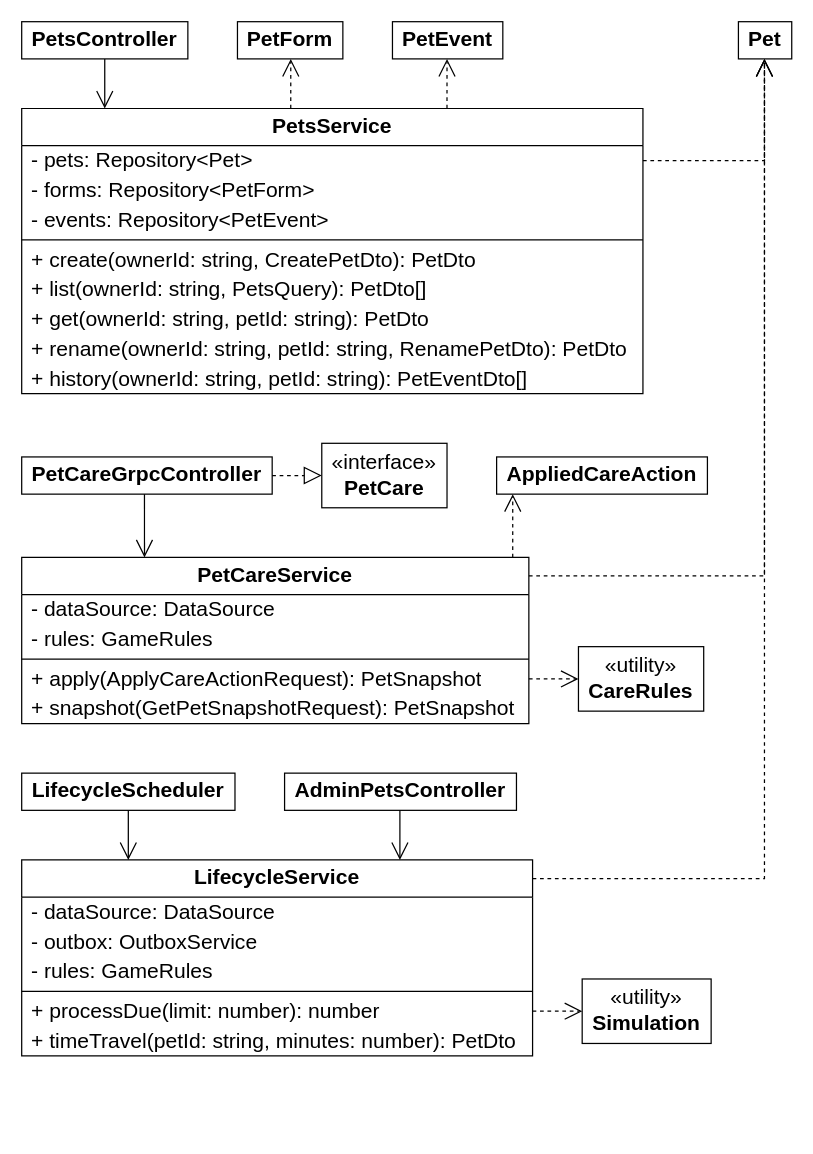
Above: page "Классы: pets-service" (6 of 10) of docs/diagrams/Проектирование.drawio in Shaherezada/tamagotchi (draw.io), before the change. Source tidied: cells renumbered, new cells numbered last; positions are measured from the earlier drawing's top-left corner, leaving out a move shared by most shapes. Both pictures are drawn from the tidied source at 124%, with x=0, y=0 at pixel (21, 21).
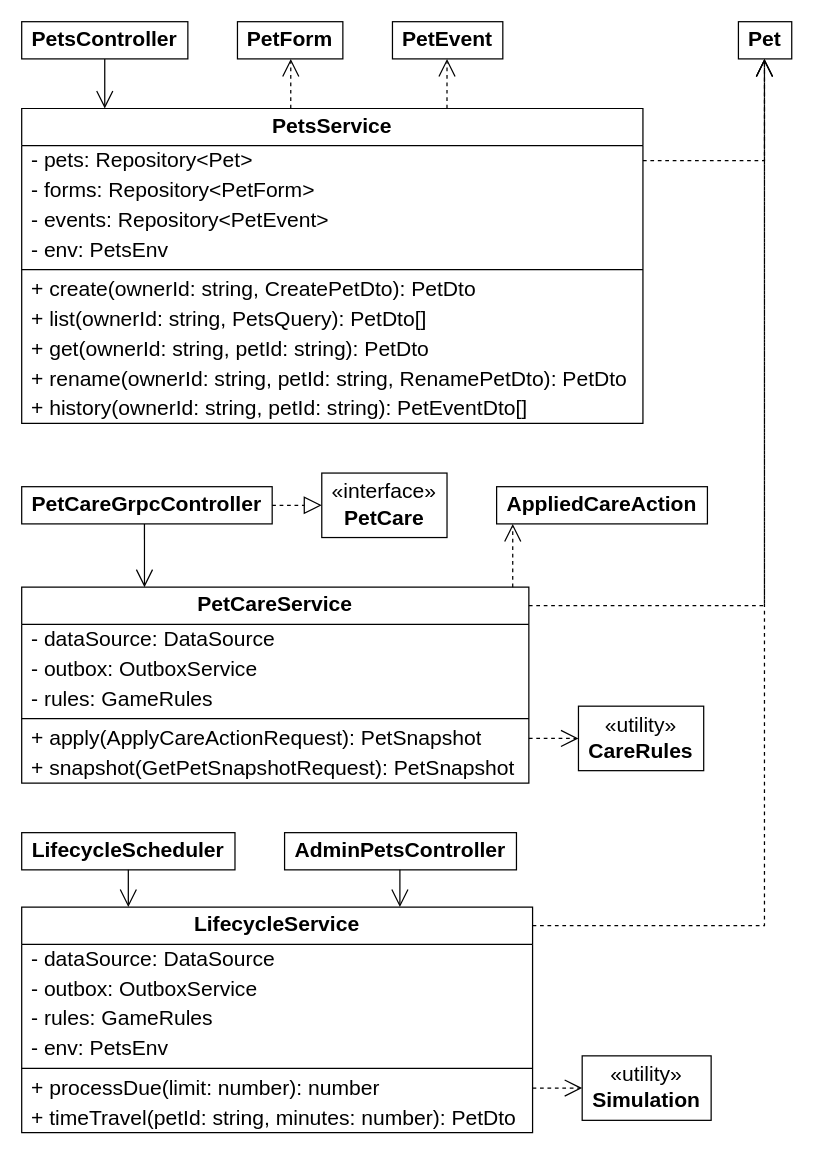
The same diagram, later.

The change refers to these unchanged cells:
```xml
<mxCell id="5" value="&lt;b&gt;Pet&lt;/b&gt;" style="rounded=0;whiteSpace=wrap;html=1;fillColor=#FFFFFF;fontStyle=0;strokeColor=#000000;fontColor=#000000;fontFamily=Arial;fontSize=17;" parent="1" vertex="1">
  <mxGeometry x="578" width="43" height="30" as="geometry" />
</mxCell>
```

Diff of the diagram source:
```diff
@@
     <mxCell id="6" value="PetsService" style="swimlane;fontStyle=1;align=center;verticalAlign=middle;horizontal=1;startSize=30;whiteSpace=wrap;html=1;fillColor=#FFFFFF;swimlaneFillColor=#FFFFFF;strokeColor=#000000;fontColor=#000000;fontFamily=Arial;fontSize=17;" parent="1" vertex="1">
-      <mxGeometry y="70" width="501" height="230" as="geometry" />
+      <mxGeometry y="70" width="501" height="254" as="geometry" />
     </mxCell>
@@
+    <mxCell id="49" value="- env: PetsEnv" style="text;strokeColor=none;fillColor=none;align=left;verticalAlign=middle;spacingLeft=6;spacingRight=4;overflow=hidden;whiteSpace=wrap;html=1;fontColor=#000000;fontFamily=Arial;fontSize=17;" parent="6" vertex="1">
+      <mxGeometry y="102" width="501" height="24" as="geometry" />
+    </mxCell>
     <mxCell id="10" style="line;strokeWidth=1;fillColor=none;align=left;verticalAlign=middle;spacingTop=-1;spacingLeft=3;spacingRight=3;labelPosition=right;strokeColor=#000000;" parent="6" vertex="1">
-      <mxGeometry y="102" width="501" height="8" as="geometry" />
+      <mxGeometry y="126" width="501" height="8" as="geometry" />
     </mxCell>
     <mxCell id="11" value="+ create(ownerId: string, CreatePetDto): PetDto" style="text;strokeColor=none;fillColor=none;align=left;verticalAlign=middle;spacingLeft=6;spacingRight=4;overflow=hidden;whiteSpace=wrap;html=1;fontColor=#000000;fontFamily=Arial;fontSize=17;" parent="6" vertex="1">
-      <mxGeometry y="110" width="501" height="24" as="geometry" />
+      <mxGeometry y="134" width="501" height="24" as="geometry" />
     </mxCell>
     <mxCell id="12" value="+ list(ownerId: string, PetsQuery): PetDto[]" style="text;strokeColor=none;fillColor=none;align=left;verticalAlign=middle;spacingLeft=6;spacingRight=4;overflow=hidden;whiteSpace=wrap;html=1;fontColor=#000000;fontFamily=Arial;fontSize=17;" parent="6" vertex="1">
-      <mxGeometry y="134" width="501" height="24" as="geometry" />
+      <mxGeometry y="158" width="501" height="24" as="geometry" />
     </mxCell>
     <mxCell id="13" value="+ get(ownerId: string, petId: string): PetDto" style="text;strokeColor=none;fillColor=none;align=left;verticalAlign=middle;spacingLeft=6;spacingRight=4;overflow=hidden;whiteSpace=wrap;html=1;fontColor=#000000;fontFamily=Arial;fontSize=17;" parent="6" vertex="1">
-      <mxGeometry y="158" width="501" height="24" as="geometry" />
+      <mxGeometry y="182" width="501" height="24" as="geometry" />
     </mxCell>
     <mxCell id="14" value="+ rename(ownerId: string, petId: string, RenamePetDto): PetDto" style="text;strokeColor=none;fillColor=none;align=left;verticalAlign=middle;spacingLeft=6;spacingRight=4;overflow=hidden;whiteSpace=wrap;html=1;fontColor=#000000;fontFamily=Arial;fontSize=17;" parent="6" vertex="1">
-      <mxGeometry y="182" width="501" height="24" as="geometry" />
+      <mxGeometry y="206" width="501" height="24" as="geometry" />
     </mxCell>
     <mxCell id="15" value="+ history(ownerId: string, petId: string): PetEventDto[]" style="text;strokeColor=none;fillColor=none;align=left;verticalAlign=middle;spacingLeft=6;spacingRight=4;overflow=hidden;whiteSpace=wrap;html=1;fontColor=#000000;fontFamily=Arial;fontSize=17;" parent="6" vertex="1">
-      <mxGeometry y="206" width="501" height="24" as="geometry" />
+      <mxGeometry y="230" width="501" height="24" as="geometry" />
     </mxCell>
@@
-    <mxCell id="19" style="html=1;rounded=0;edgeStyle=orthogonalEdgeStyle;strokeColor=#000000;fontColor=#000000;fontFamily=Arial;fontSize=17;endArrow=open;endSize=12;dashed=1;exitX=1.0000;exitY=0.1826;exitDx=0;exitDy=0;entryX=0.4884;entryY=1.0000;entryDx=0;entryDy=0;" parent="1" edge="1" source="6" target="5">
+    <mxCell id="19" style="html=1;rounded=0;edgeStyle=orthogonalEdgeStyle;strokeColor=#000000;fontColor=#000000;fontFamily=Arial;fontSize=17;endArrow=open;endSize=12;dashed=1;exitX=1.0000;exitY=0.1654;exitDx=0;exitDy=0;entryX=0.4884;entryY=1.0000;entryDx=0;entryDy=0;" parent="1" edge="1" source="6" target="5">
       <mxGeometry relative="1" as="geometry">
         <Array as="points">
           <mxPoint x="599" y="112" />
         </Array>
       </mxGeometry>
     </mxCell>
     <mxCell id="20" value="&amp;laquo;interface&amp;raquo;&lt;br&gt;&lt;b&gt;PetCare&lt;/b&gt;" style="rounded=0;whiteSpace=wrap;html=1;fillColor=#FFFFFF;fontStyle=0;strokeColor=#000000;fontColor=#000000;fontFamily=Arial;fontSize=17;" parent="1" vertex="1">
-      <mxGeometry x="242" y="340" width="101" height="52" as="geometry" />
+      <mxGeometry x="242" y="364" width="101" height="52" as="geometry" />
     </mxCell>
     <mxCell id="21" value="&lt;b&gt;PetCareGrpcController&lt;/b&gt;" style="rounded=0;whiteSpace=wrap;html=1;fillColor=#FFFFFF;fontStyle=0;strokeColor=#000000;fontColor=#000000;fontFamily=Arial;fontSize=17;" parent="1" vertex="1">
-      <mxGeometry y="351" width="202" height="30" as="geometry" />
+      <mxGeometry y="375" width="202" height="30" as="geometry" />
     </mxCell>
     <mxCell id="22" value="&lt;b&gt;AppliedCareAction&lt;/b&gt;" style="rounded=0;whiteSpace=wrap;html=1;fillColor=#FFFFFF;fontStyle=0;strokeColor=#000000;fontColor=#000000;fontFamily=Arial;fontSize=17;" parent="1" vertex="1">
-      <mxGeometry x="383" y="351" width="170" height="30" as="geometry" />
+      <mxGeometry x="383" y="375" width="170" height="30" as="geometry" />
     </mxCell>
@@
     <mxCell id="24" value="PetCareService" style="swimlane;fontStyle=1;align=center;verticalAlign=middle;horizontal=1;startSize=30;whiteSpace=wrap;html=1;fillColor=#FFFFFF;swimlaneFillColor=#FFFFFF;strokeColor=#000000;fontColor=#000000;fontFamily=Arial;fontSize=17;" parent="1" vertex="1">
-      <mxGeometry y="432" width="409" height="134" as="geometry" />
+      <mxGeometry y="456" width="409" height="158" as="geometry" />
     </mxCell>
@@
-    <mxCell id="26" value="- rules: GameRules" style="text;strokeColor=none;fillColor=none;align=left;verticalAlign=middle;spacingLeft=6;spacingRight=4;overflow=hidden;whiteSpace=wrap;html=1;fontColor=#000000;fontFamily=Arial;fontSize=17;" parent="24" vertex="1">
+    <mxCell id="26" value="- outbox: OutboxService" style="text;strokeColor=none;fillColor=none;align=left;verticalAlign=middle;spacingLeft=6;spacingRight=4;overflow=hidden;whiteSpace=wrap;html=1;fontColor=#000000;fontFamily=Arial;fontSize=17;" parent="24" vertex="1">
       <mxGeometry y="54" width="409" height="24" as="geometry" />
     </mxCell>
+    <mxCell id="50" value="- rules: GameRules" style="text;strokeColor=none;fillColor=none;align=left;verticalAlign=middle;spacingLeft=6;spacingRight=4;overflow=hidden;whiteSpace=wrap;html=1;fontColor=#000000;fontFamily=Arial;fontSize=17;" parent="24" vertex="1">
+      <mxGeometry y="78" width="409" height="24" as="geometry" />
+    </mxCell>
     <mxCell id="27" style="line;strokeWidth=1;fillColor=none;align=left;verticalAlign=middle;spacingTop=-1;spacingLeft=3;spacingRight=3;labelPosition=right;strokeColor=#000000;" parent="24" vertex="1">
-      <mxGeometry y="78" width="409" height="8" as="geometry" />
+      <mxGeometry y="102" width="409" height="8" as="geometry" />
     </mxCell>
     <mxCell id="28" value="+ apply(ApplyCareActionRequest): PetSnapshot" style="text;strokeColor=none;fillColor=none;align=left;verticalAlign=middle;spacingLeft=6;spacingRight=4;overflow=hidden;whiteSpace=wrap;html=1;fontColor=#000000;fontFamily=Arial;fontSize=17;" parent="24" vertex="1">
-      <mxGeometry y="86" width="409" height="24" as="geometry" />
+      <mxGeometry y="110" width="409" height="24" as="geometry" />
     </mxCell>
     <mxCell id="29" value="+ snapshot(GetPetSnapshotRequest): PetSnapshot" style="text;strokeColor=none;fillColor=none;align=left;verticalAlign=middle;spacingLeft=6;spacingRight=4;overflow=hidden;whiteSpace=wrap;html=1;fontColor=#000000;fontFamily=Arial;fontSize=17;" parent="24" vertex="1">
-      <mxGeometry y="110" width="409" height="24" as="geometry" />
+      <mxGeometry y="134" width="409" height="24" as="geometry" />
     </mxCell>
@@
     <mxCell id="32" value="&amp;laquo;utility&amp;raquo;&lt;br&gt;&lt;b&gt;CareRules&lt;/b&gt;" style="rounded=0;whiteSpace=wrap;html=1;fillColor=#FFFFFF;fontStyle=0;strokeColor=#000000;fontColor=#000000;fontFamily=Arial;fontSize=17;" parent="1" vertex="1">
-      <mxGeometry x="449" y="504" width="101" height="52" as="geometry" />
+      <mxGeometry x="449" y="552" width="101" height="52" as="geometry" />
     </mxCell>
-    <mxCell id="33" style="html=1;rounded=0;edgeStyle=orthogonalEdgeStyle;strokeColor=#000000;fontColor=#000000;fontFamily=Arial;fontSize=17;endArrow=open;endSize=12;dashed=1;exitX=1.0000;exitY=0.7313;exitDx=0;exitDy=0;entryX=0.0000;entryY=0.5000;entryDx=0;entryDy=0;" parent="1" edge="1" source="24" target="32">
+    <mxCell id="33" style="html=1;rounded=0;edgeStyle=orthogonalEdgeStyle;strokeColor=#000000;fontColor=#000000;fontFamily=Arial;fontSize=17;endArrow=open;endSize=12;dashed=1;exitX=1.0000;exitY=0.7722;exitDx=0;exitDy=0;entryX=0.0000;entryY=0.5000;entryDx=0;entryDy=0;" parent="1" edge="1" source="24" target="32">
       <mxGeometry relative="1" as="geometry" />
     </mxCell>
-    <mxCell id="34" style="html=1;rounded=0;edgeStyle=orthogonalEdgeStyle;strokeColor=#000000;fontColor=#000000;fontFamily=Arial;fontSize=17;endArrow=open;endSize=12;dashed=1;exitX=1.0000;exitY=0.1119;exitDx=0;exitDy=0;entryX=0.4884;entryY=1.0000;entryDx=0;entryDy=0;" parent="1" edge="1" source="24" target="5">
+    <mxCell id="34" style="html=1;rounded=0;edgeStyle=orthogonalEdgeStyle;strokeColor=#000000;fontColor=#000000;fontFamily=Arial;fontSize=17;endArrow=open;endSize=12;dashed=1;exitX=1.0000;exitY=0.0949;exitDx=0;exitDy=0;entryX=0.4884;entryY=1.0000;entryDx=0;entryDy=0;" parent="1" edge="1" source="24" target="5">
       <mxGeometry relative="1" as="geometry">
         <Array as="points">
-          <mxPoint x="599" y="447" />
+          <mxPoint x="599" y="471" />
         </Array>
       </mxGeometry>
     </mxCell>
     <mxCell id="35" value="&lt;b&gt;LifecycleScheduler&lt;/b&gt;" style="rounded=0;whiteSpace=wrap;html=1;fillColor=#FFFFFF;fontStyle=0;strokeColor=#000000;fontColor=#000000;fontFamily=Arial;fontSize=17;" parent="1" vertex="1">
-      <mxGeometry y="606" width="172" height="30" as="geometry" />
+      <mxGeometry y="654" width="172" height="30" as="geometry" />
     </mxCell>
     <mxCell id="36" value="&lt;b&gt;AdminPetsController&lt;/b&gt;" style="rounded=0;whiteSpace=wrap;html=1;fillColor=#FFFFFF;fontStyle=0;strokeColor=#000000;fontColor=#000000;fontFamily=Arial;fontSize=17;" parent="1" vertex="1">
-      <mxGeometry x="212" y="606" width="187" height="30" as="geometry" />
+      <mxGeometry x="212" y="654" width="187" height="30" as="geometry" />
     </mxCell>
     <mxCell id="37" value="LifecycleService" style="swimlane;fontStyle=1;align=center;verticalAlign=middle;horizontal=1;startSize=30;whiteSpace=wrap;html=1;fillColor=#FFFFFF;swimlaneFillColor=#FFFFFF;strokeColor=#000000;fontColor=#000000;fontFamily=Arial;fontSize=17;" parent="1" vertex="1">
-      <mxGeometry y="676" width="412" height="158" as="geometry" />
+      <mxGeometry y="714" width="412" height="182" as="geometry" />
     </mxCell>
@@
+    <mxCell id="51" value="- env: PetsEnv" style="text;strokeColor=none;fillColor=none;align=left;verticalAlign=middle;spacingLeft=6;spacingRight=4;overflow=hidden;whiteSpace=wrap;html=1;fontColor=#000000;fontFamily=Arial;fontSize=17;" parent="37" vertex="1">
+      <mxGeometry y="102" width="412" height="24" as="geometry" />
+    </mxCell>
     <mxCell id="41" style="line;strokeWidth=1;fillColor=none;align=left;verticalAlign=middle;spacingTop=-1;spacingLeft=3;spacingRight=3;labelPosition=right;strokeColor=#000000;" parent="37" vertex="1">
-      <mxGeometry y="102" width="412" height="8" as="geometry" />
+      <mxGeometry y="126" width="412" height="8" as="geometry" />
     </mxCell>
     <mxCell id="42" value="+ processDue(limit: number): number" style="text;strokeColor=none;fillColor=none;align=left;verticalAlign=middle;spacingLeft=6;spacingRight=4;overflow=hidden;whiteSpace=wrap;html=1;fontColor=#000000;fontFamily=Arial;fontSize=17;" parent="37" vertex="1">
-      <mxGeometry y="110" width="412" height="24" as="geometry" />
+      <mxGeometry y="134" width="412" height="24" as="geometry" />
     </mxCell>
     <mxCell id="43" value="+ timeTravel(petId: string, minutes: number): PetDto" style="text;strokeColor=none;fillColor=none;align=left;verticalAlign=middle;spacingLeft=6;spacingRight=4;overflow=hidden;whiteSpace=wrap;html=1;fontColor=#000000;fontFamily=Arial;fontSize=17;" parent="37" vertex="1">
-      <mxGeometry y="134" width="412" height="24" as="geometry" />
+      <mxGeometry y="158" width="412" height="24" as="geometry" />
     </mxCell>
@@
     <mxCell id="46" value="&amp;laquo;utility&amp;raquo;&lt;br&gt;&lt;b&gt;Simulation&lt;/b&gt;" style="rounded=0;whiteSpace=wrap;html=1;fillColor=#FFFFFF;fontStyle=0;strokeColor=#000000;fontColor=#000000;fontFamily=Arial;fontSize=17;" parent="1" vertex="1">
-      <mxGeometry x="452" y="772" width="104" height="52" as="geometry" />
+      <mxGeometry x="452" y="834" width="104" height="52" as="geometry" />
     </mxCell>
-    <mxCell id="47" style="html=1;rounded=0;edgeStyle=orthogonalEdgeStyle;strokeColor=#000000;fontColor=#000000;fontFamily=Arial;fontSize=17;endArrow=open;endSize=12;dashed=1;exitX=1.0000;exitY=0.7722;exitDx=0;exitDy=0;entryX=0.0000;entryY=0.5000;entryDx=0;entryDy=0;" parent="1" edge="1" source="37" target="46">
+    <mxCell id="47" style="html=1;rounded=0;edgeStyle=orthogonalEdgeStyle;strokeColor=#000000;fontColor=#000000;fontFamily=Arial;fontSize=17;endArrow=open;endSize=12;dashed=1;exitX=1.0000;exitY=0.8022;exitDx=0;exitDy=0;entryX=0.0000;entryY=0.5000;entryDx=0;entryDy=0;" parent="1" edge="1" source="37" target="46">
       <mxGeometry relative="1" as="geometry" />
     </mxCell>
-    <mxCell id="48" style="html=1;rounded=0;edgeStyle=orthogonalEdgeStyle;strokeColor=#000000;fontColor=#000000;fontFamily=Arial;fontSize=17;endArrow=open;endSize=12;dashed=1;exitX=1.0000;exitY=0.0949;exitDx=0;exitDy=0;entryX=0.4884;entryY=1.0000;entryDx=0;entryDy=0;" parent="1" edge="1" source="37" target="5">
+    <mxCell id="48" style="html=1;rounded=0;edgeStyle=orthogonalEdgeStyle;strokeColor=#000000;fontColor=#000000;fontFamily=Arial;fontSize=17;endArrow=open;endSize=12;dashed=1;exitX=1.0000;exitY=0.0824;exitDx=0;exitDy=0;entryX=0.4884;entryY=1.0000;entryDx=0;entryDy=0;" parent="1" edge="1" source="37" target="5">
       <mxGeometry relative="1" as="geometry">
         <Array as="points">
-          <mxPoint x="599" y="691" />
+          <mxPoint x="599" y="729" />
         </Array>
       </mxGeometry>
     </mxCell>
```
